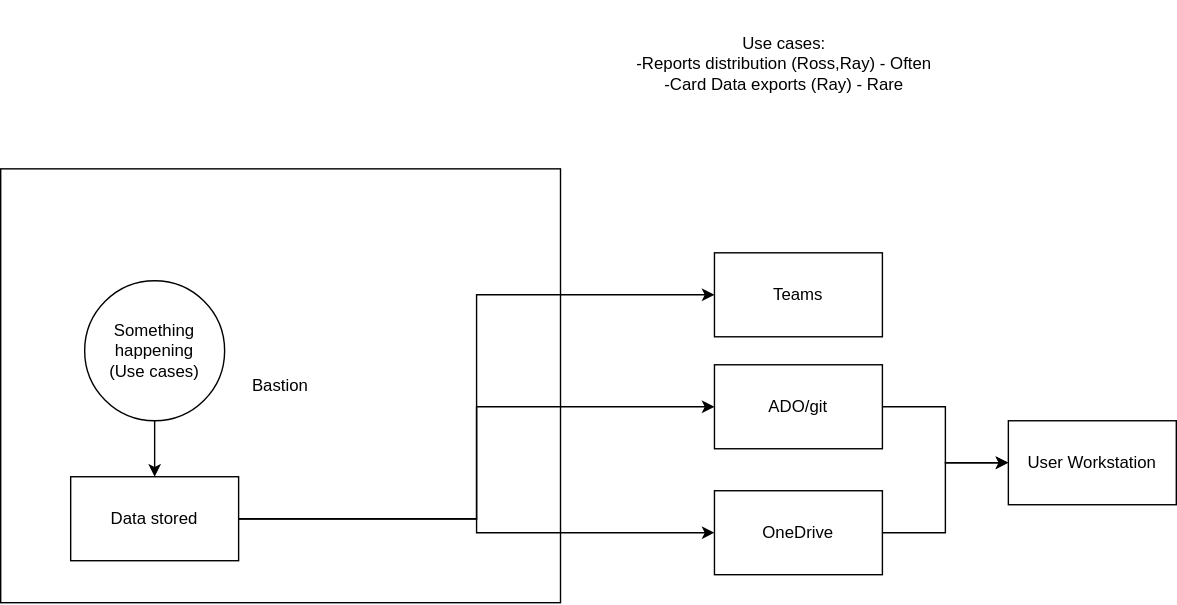
Before: SharedData.svg, a diagram exported from draw.io (vjavle/invoicecloud). Source tidied: cells renumbered, new cells last; positions are measured from the earlier drawing's top-left corner, leaving out a move shared by most shapes.
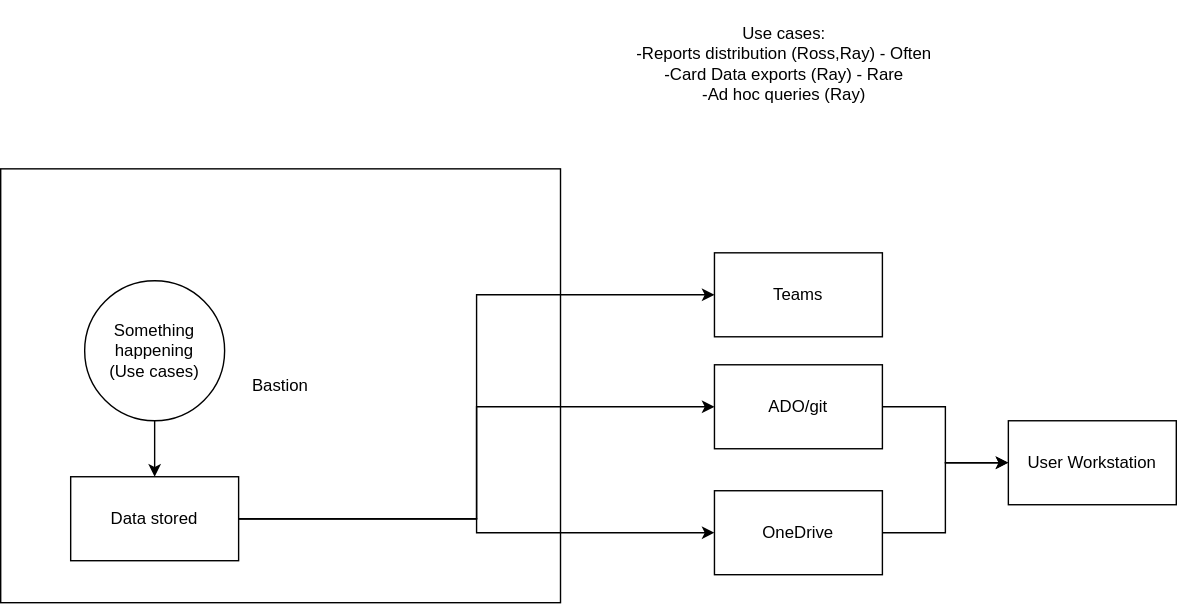
Above is the later version.

The edit, as a diff of the source:
```diff
@@ -41,7 +41,7 @@
     <mxCell id="14" value="Teams" style="rounded=0;whiteSpace=wrap;html=1;" parent="1" vertex="1">
       <mxGeometry x="510" y="180" width="120" height="60" as="geometry" />
     </mxCell>
-    <mxCell id="15" value="Use cases:&lt;br&gt;-Reports distribution (Ross,Ray) - Often&lt;br&gt;-Card Data exports (Ray) - Rare" style="text;html=1;strokeColor=none;fillColor=none;align=center;verticalAlign=middle;whiteSpace=wrap;rounded=0;" parent="1" vertex="1">
+    <mxCell id="15" value="Use cases:&lt;br&gt;-Reports distribution (Ross,Ray) - Often&lt;br&gt;-Card Data exports (Ray) - Rare&lt;br&gt;-Ad hoc queries (Ray)" style="text;html=1;strokeColor=none;fillColor=none;align=center;verticalAlign=middle;whiteSpace=wrap;rounded=0;" parent="1" vertex="1">
       <mxGeometry x="410" width="300" height="90" as="geometry" />
     </mxCell>
   </root>
```
